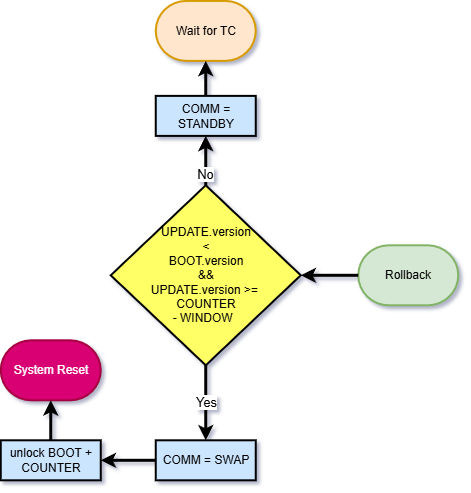
Before: Diagrams/ESA Secure Boot Flowchart.Rollback.png, a diagram exported from draw.io (matyaskollert/ESA-SAVOIR-Secure-Boot). Source tidied: cells renumbered, new cells last; positions are measured from the earlier drawing's top-left corner, leaving out a move shared by most shapes.
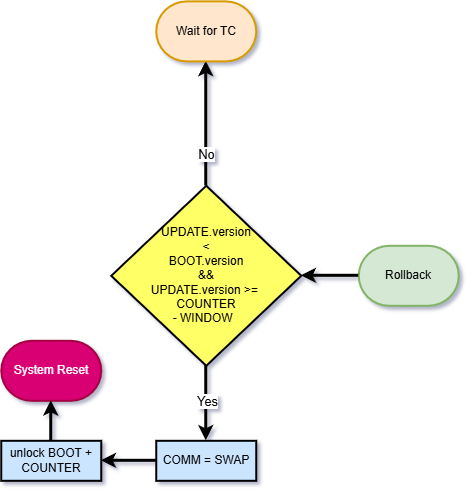
The same diagram one commit later.

What changed in the source:
```diff
@@ -16,7 +16,7 @@
         <mxPoint y="20" as="offset" />
       </mxGeometry>
     </mxCell>
-    <mxCell id="6" style="edgeStyle=orthogonalEdgeStyle;rounded=1;jettySize=auto;html=1;exitX=0.5;exitY=0;exitDx=0;exitDy=0;exitPerimeter=0;entryX=0.5;entryY=1;entryDx=0;entryDy=0;strokeWidth=3;curved=0;" parent="1" edge="1" source="8" target="13">
+    <mxCell id="6" style="edgeStyle=orthogonalEdgeStyle;rounded=1;jettySize=auto;html=1;exitX=0.5;exitY=0;exitDx=0;exitDy=0;exitPerimeter=0;entryX=0.5;entryY=1;entryDx=0;entryDy=0;strokeWidth=3;curved=0;entryPerimeter=0;" parent="1" edge="1" source="8" target="13">
       <mxGeometry relative="1" as="geometry" />
     </mxCell>
     <mxCell id="7" value="No" style="edgeLabel;html=1;align=center;verticalAlign=middle;fontSize=13;" parent="6" vertex="1">
@@ -37,17 +37,11 @@
     <mxCell id="12" style="edgeStyle=orthogonalEdgeStyle;rounded=1;jettySize=auto;html=1;entryX=0.5;entryY=1;entryDx=0;entryDy=0;entryPerimeter=0;curved=0;strokeWidth=3;" parent="1" edge="1" source="11" target="3">
       <mxGeometry relative="1" as="geometry" />
     </mxCell>
-    <mxCell id="13" value="COMM = STANDBY" style="rounded=0;whiteSpace=wrap;html=1;absoluteArcSize=1;arcSize=14;strokeWidth=2;fillColor=#CCE5FF;" parent="1" vertex="1">
-      <mxGeometry x="154.8" y="94.9" width="100" height="40" as="geometry" />
+    <mxCell id="13" value="Wait for TC" style="strokeWidth=2;html=1;shape=mxgraph.flowchart.terminator;whiteSpace=wrap;rounded=0;fillColor=#ffe6cc;strokeColor=#d79b00;" parent="1" vertex="1">
+      <mxGeometry x="154.8" y="-0.1" width="100" height="60" as="geometry" />
     </mxCell>
-    <mxCell id="14" value="Wait for TC" style="strokeWidth=2;html=1;shape=mxgraph.flowchart.terminator;whiteSpace=wrap;rounded=0;fillColor=#ffe6cc;strokeColor=#d79b00;" parent="1" vertex="1">
-      <mxGeometry x="154.8" y="-0.1" width="100" height="60" as="geometry" />
+    <mxCell id="14" style="edgeStyle=orthogonalEdgeStyle;rounded=1;jettySize=auto;html=1;exitX=0;exitY=0.5;exitDx=0;exitDy=0;exitPerimeter=0;entryX=1;entryY=0.5;entryDx=0;entryDy=0;entryPerimeter=0;curved=0;strokeWidth=3;" parent="1" edge="1" source="2" target="8">
+      <mxGeometry relative="1" as="geometry" />
     </mxCell>
-    <mxCell id="15" style="edgeStyle=orthogonalEdgeStyle;rounded=1;jettySize=auto;html=1;exitX=0.5;exitY=0;exitDx=0;exitDy=0;entryX=0.5;entryY=1;entryDx=0;entryDy=0;entryPerimeter=0;strokeWidth=3;curved=0;" parent="1" edge="1" source="13" target="14">
-      <mxGeometry relative="1" as="geometry" />
-    </mxCell>
-    <mxCell id="16" style="edgeStyle=orthogonalEdgeStyle;rounded=1;jettySize=auto;html=1;exitX=0;exitY=0.5;exitDx=0;exitDy=0;exitPerimeter=0;entryX=1;entryY=0.5;entryDx=0;entryDy=0;entryPerimeter=0;curved=0;strokeWidth=3;" parent="1" edge="1" source="2" target="8">
-      <mxGeometry relative="1" as="geometry" />
-    </mxCell>
   </root>
 </mxGraphModel>
```
